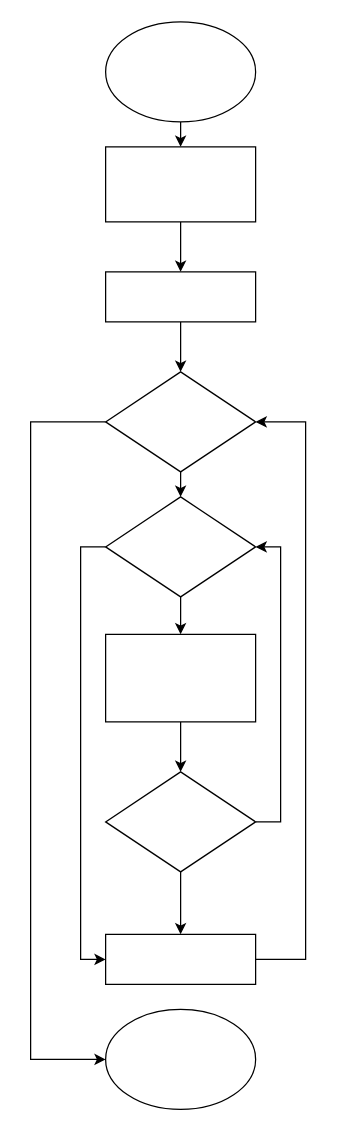
This is 1415.drawio from b8enly/Alg, a draw.io file, before an edit. Source tidied: cells renumbered, new cells numbered last; positions are measured from the earlier drawing's top-left corner, leaving out a move shared by most shapes. Both pictures are drawn from the tidied source at 125%, with x=0, y=0 at pixel (30, 21).
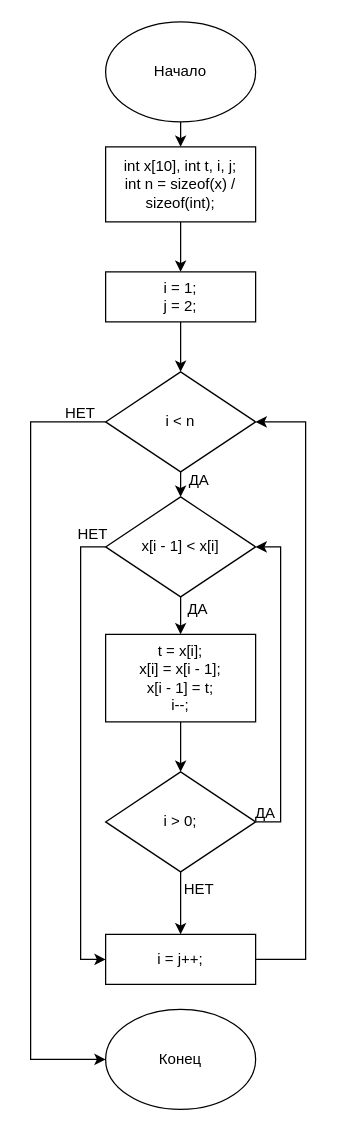
After the change.

Diff of the diagram source:
```diff
@@
+    <mxCell id="23" value="Начало" style="text;html=1;strokeColor=none;fillColor=none;align=center;verticalAlign=middle;whiteSpace=wrap;rounded=0;" parent="1" vertex="1">
+      <mxGeometry x="70" y="30" width="100" height="20" as="geometry" />
+    </mxCell>
+    <mxCell id="24" value="int x[10], int t, i, j;&lt;br&gt;int n = sizeof(x) / sizeof(int);" style="text;html=1;strokeColor=none;fillColor=none;align=center;verticalAlign=middle;whiteSpace=wrap;rounded=0;" parent="1" vertex="1">
+      <mxGeometry x="60" y="100" width="120" height="60" as="geometry" />
+    </mxCell>
+    <mxCell id="25" value="&lt;div&gt;i = 1;&lt;/div&gt;&lt;div&gt;&lt;span&gt; &lt;/span&gt;j = 2;&lt;/div&gt;" style="text;html=1;strokeColor=none;fillColor=none;align=center;verticalAlign=middle;whiteSpace=wrap;rounded=0;" parent="1" vertex="1">
+      <mxGeometry x="60" y="200" width="120" height="40" as="geometry" />
+    </mxCell>
+    <mxCell id="26" value="i &amp;lt; n" style="text;html=1;strokeColor=none;fillColor=none;align=center;verticalAlign=middle;whiteSpace=wrap;rounded=0;" parent="1" vertex="1">
+      <mxGeometry x="80" y="310" width="80" height="20" as="geometry" />
+    </mxCell>
+    <mxCell id="27" value="x[i - 1] &amp;lt; x[i]" style="text;html=1;strokeColor=none;fillColor=none;align=center;verticalAlign=middle;whiteSpace=wrap;rounded=0;" parent="1" vertex="1">
+      <mxGeometry x="80" y="410" width="80" height="20" as="geometry" />
+    </mxCell>
+    <mxCell id="28" value="&lt;div&gt;t = x[i];&lt;/div&gt;&lt;div&gt;&lt;span&gt;   &lt;/span&gt;x[i] = x[i - 1];&lt;/div&gt;&lt;div&gt;&lt;span&gt;   &lt;/span&gt;x[i - 1] = t;&lt;/div&gt;&lt;div&gt;&lt;span&gt;   &lt;/span&gt;i--;&lt;/div&gt;" style="text;html=1;strokeColor=none;fillColor=none;align=center;verticalAlign=middle;whiteSpace=wrap;rounded=0;" parent="1" vertex="1">
+      <mxGeometry x="60" y="490" width="120" height="70" as="geometry" />
+    </mxCell>
+    <mxCell id="29" value="i &amp;gt; 0;" style="text;html=1;strokeColor=none;fillColor=none;align=center;verticalAlign=middle;whiteSpace=wrap;rounded=0;" parent="1" vertex="1">
+      <mxGeometry x="80" y="630" width="80" height="20" as="geometry" />
+    </mxCell>
+    <mxCell id="30" value="i = j++;" style="text;html=1;strokeColor=none;fillColor=none;align=center;verticalAlign=middle;whiteSpace=wrap;rounded=0;" parent="1" vertex="1">
+      <mxGeometry x="60" y="730" width="120" height="40" as="geometry" />
+    </mxCell>
+    <mxCell id="31" value="Конец" style="text;html=1;strokeColor=none;fillColor=none;align=center;verticalAlign=middle;whiteSpace=wrap;rounded=0;" parent="1" vertex="1">
+      <mxGeometry x="70" y="820" width="100" height="20" as="geometry" />
+    </mxCell>
+    <mxCell id="32" value="НЕТ" style="text;html=1;strokeColor=none;fillColor=none;align=center;verticalAlign=middle;whiteSpace=wrap;rounded=0;" parent="1" vertex="1">
+      <mxGeometry x="20" y="303" width="40" height="20" as="geometry" />
+    </mxCell>
+    <mxCell id="33" value="ДА" style="text;html=1;strokeColor=none;fillColor=none;align=center;verticalAlign=middle;whiteSpace=wrap;rounded=0;" parent="1" vertex="1">
+      <mxGeometry x="115" y="357" width="40" height="20" as="geometry" />
+    </mxCell>
+    <mxCell id="34" value="НЕТ" style="text;html=1;strokeColor=none;fillColor=none;align=center;verticalAlign=middle;whiteSpace=wrap;rounded=0;" parent="1" vertex="1">
+      <mxGeometry x="30" y="400" width="40" height="20" as="geometry" />
+    </mxCell>
+    <mxCell id="35" value="ДА" style="text;html=1;strokeColor=none;fillColor=none;align=center;verticalAlign=middle;whiteSpace=wrap;rounded=0;" parent="1" vertex="1">
+      <mxGeometry x="114" y="460" width="40" height="20" as="geometry" />
+    </mxCell>
+    <mxCell id="36" value="ДА" style="text;html=1;strokeColor=none;fillColor=none;align=center;verticalAlign=middle;whiteSpace=wrap;rounded=0;" parent="1" vertex="1">
+      <mxGeometry x="168" y="623" width="40" height="20" as="geometry" />
+    </mxCell>
+    <mxCell id="37" value="НЕТ" style="text;html=1;strokeColor=none;fillColor=none;align=center;verticalAlign=middle;whiteSpace=wrap;rounded=0;" parent="1" vertex="1">
+      <mxGeometry x="115" y="684" width="40" height="20" as="geometry" />
+    </mxCell>
```
